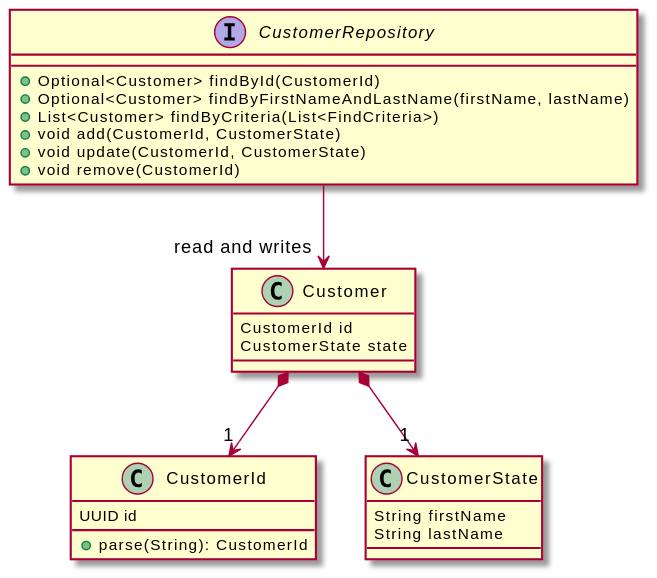
The PlantUML diagram uml/domain-model.svg in vondacho/arch-blueprint-kotlin, before a commit.
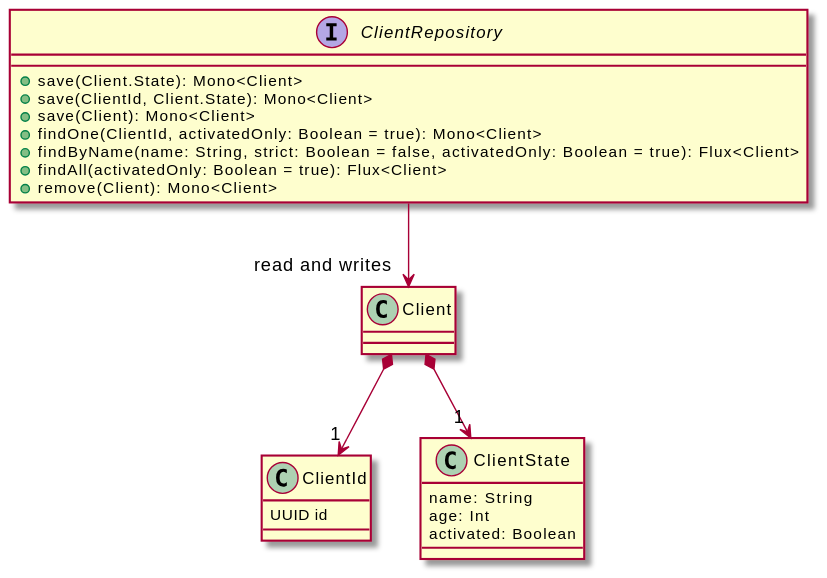
After the commit.

Change to the diagram source:
```diff
@@ -2,33 +2,31 @@
 
 !includeurl https://raw.githubusercontent.com/skleanthous/C4-PlantumlSkin/master/build/output/general/notes.puml
 
-class Customer {
-    CustomerId id
-    CustomerState state
+class Client
+
+Client *--> "1" ClientId
+Client *--> "1" ClientState
+
+class ClientId {
+    UUID id
 }
 
-Customer *--> "1" CustomerId
-Customer *--> "1" CustomerState
-
-class CustomerId {
-    UUID id
-    +parse(String): CustomerId
+class ClientState {
+    name: String
+    age: Int
+    activated: Boolean
 }
 
-class CustomerState {
-    String firstName
-    String lastName
+interface ClientRepository {
+    +save(Client.State): Mono<Client>
+    +save(ClientId, Client.State): Mono<Client>
+    +save(Client): Mono<Client>
+    +findOne(ClientId, activatedOnly: Boolean = true): Mono<Client>
+    +findByName(name: String, strict: Boolean = false, activatedOnly: Boolean = true): Flux<Client>
+    +findAll(activatedOnly: Boolean = true): Flux<Client>
+    +remove(Client): Mono<Client>
 }
 
-interface CustomerRepository {
-    +Optional<Customer> findById(CustomerId)
-    +Optional<Customer> findByFirstNameAndLastName(firstName, lastName)
-    +List<Customer> findByCriteria(List<FindCriteria>)
-    +void add(CustomerId, CustomerState)
-    +void update(CustomerId, CustomerState)
-    +void remove(CustomerId)
-}
-
-CustomerRepository --> "read and writes" Customer
+ClientRepository --> "read and writes" Client
 
 @enduml
```
